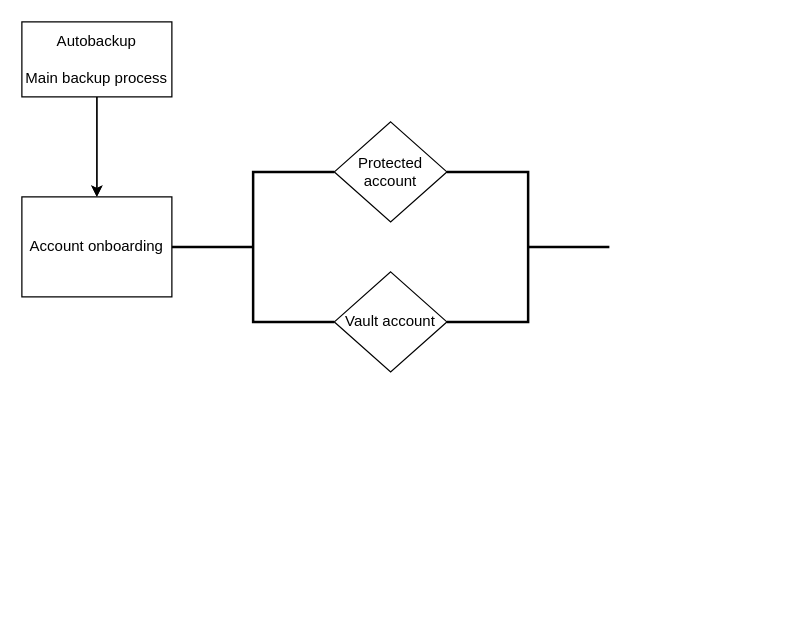
This is Untitled Diagram.drawio from amuRico/follow, a draw.io file, before an edit. Source tidied: cells renumbered, new cells numbered last; positions are measured from the earlier drawing's top-left corner, leaving out a move shared by most shapes. Both pictures are drawn from the tidied source at 125%, with x=0, y=0 at pixel (21, 21).
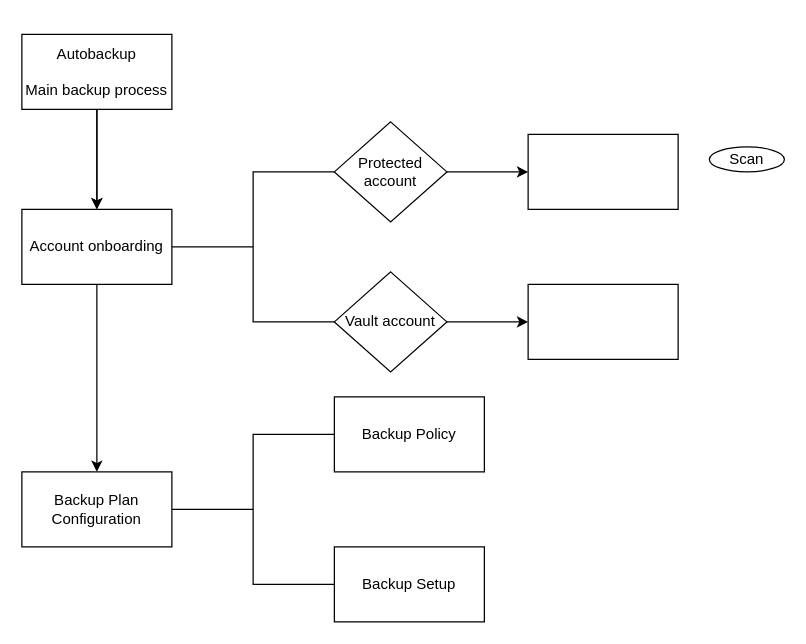
The same page after the edit.

What changed in the source:
```diff
@@
 <mxGraphModel>
   <root>
     <mxCell id="0" />
     <mxCell id="1" parent="0" />
     <mxCell id="2" style="edgeStyle=orthogonalEdgeStyle;rounded=0;jettySize=auto;html=1;" parent="1" edge="1" source="4">
       <mxGeometry relative="1" as="geometry">
-        <mxPoint x="60" y="140" as="targetPoint" />
+        <mxPoint x="60" y="150" as="targetPoint" />
       </mxGeometry>
     </mxCell>
     <mxCell id="3" style="edgeStyle=orthogonalEdgeStyle;rounded=0;jettySize=auto;html=1;fontFamily=Helvetica;fontSize=12;fontColor=default;" parent="1" edge="1" source="4" target="5">
       <mxGeometry relative="1" as="geometry" />
     </mxCell>
     <mxCell id="4" value="&lt;div&gt;Autobackup&lt;/div&gt;&lt;div&gt;&lt;br&gt;&lt;/div&gt;&lt;div&gt;Main backup process&lt;br&gt;&lt;/div&gt;" style="rounded=0;whiteSpace=wrap;html=1;" parent="1" vertex="1">
-      <mxGeometry width="120" height="60" as="geometry" />
+      <mxGeometry y="10" width="120" height="60" as="geometry" />
     </mxCell>
+    <mxCell id="10" style="edgeStyle=orthogonalEdgeStyle;rounded=0;jettySize=auto;html=1;fontFamily=Helvetica;fontSize=12;fontColor=default;" parent="1" edge="1" source="5" target="14">
+      <mxGeometry relative="1" as="geometry" />
+    </mxCell>
     <mxCell id="5" value="Account onboarding" style="whiteSpace=wrap;html=1;rounded=0;" parent="1" vertex="1">
-      <mxGeometry y="140" width="120" height="80" as="geometry" />
+      <mxGeometry y="150" width="120" height="60" as="geometry" />
     </mxCell>
+    <mxCell id="11" style="edgeStyle=orthogonalEdgeStyle;rounded=0;jettySize=auto;html=1;fontFamily=Helvetica;fontSize=12;fontColor=default;" parent="1" edge="1" source="6" target="18">
+      <mxGeometry relative="1" as="geometry" />
+    </mxCell>
     <mxCell id="6" value="Protected account" style="rhombus;whiteSpace=wrap;html=1;rounded=0;" parent="1" vertex="1">
       <mxGeometry x="250" y="80" width="90" height="80" as="geometry" />
     </mxCell>
+    <mxCell id="12" style="edgeStyle=orthogonalEdgeStyle;rounded=0;jettySize=auto;html=1;fontFamily=Helvetica;fontSize=12;fontColor=default;" parent="1" edge="1" source="7" target="19">
+      <mxGeometry relative="1" as="geometry" />
+    </mxCell>
     <mxCell id="7" value="Vault account" style="rhombus;whiteSpace=wrap;html=1;rounded=0;" parent="1" vertex="1">
       <mxGeometry x="250" y="200" width="90" height="80" as="geometry" />
     </mxCell>
-    <mxCell id="8" style="strokeWidth=2;html=1;shape=mxgraph.flowchart.annotation_2;align=left;labelPosition=right;rounded=0;fontFamily=Helvetica;fontSize=12;fontColor=default;fillColor=default;" parent="1" vertex="1">
+    <mxCell id="8" style="strokeWidth=1;html=1;shape=mxgraph.flowchart.annotation_2;align=left;labelPosition=right;rounded=0;fontFamily=Helvetica;fontSize=12;fontColor=default;fillColor=default;" parent="1" vertex="1">
       <mxGeometry x="120" y="120" width="130" height="120" as="geometry" />
     </mxCell>
-    <mxCell id="9" style="strokeWidth=2;html=1;shape=mxgraph.flowchart.annotation_2;align=left;labelPosition=right;rounded=0;fontFamily=Helvetica;fontSize=12;fontColor=default;fillColor=default;direction=west;" parent="1" vertex="1">
-      <mxGeometry x="340" y="120" width="130" height="120" as="geometry" />
-    </mxCell>
+    <mxCell id="13" value="Scan" style="ellipse;whiteSpace=wrap;html=1;rounded=0;fontFamily=Helvetica;fontSize=12;fontColor=default;strokeColor=default;fillColor=default;" parent="1" vertex="1">
+      <mxGeometry x="550" y="100" width="60" height="20" as="geometry" />
+    </mxCell>
+    <mxCell id="14" value="Backup Plan Configuration" style="whiteSpace=wrap;html=1;rounded=0;" parent="1" vertex="1">
+      <mxGeometry y="360" width="120" height="60" as="geometry" />
+    </mxCell>
+    <mxCell id="15" style="strokeWidth=1;html=1;shape=mxgraph.flowchart.annotation_2;align=left;labelPosition=right;rounded=0;fontFamily=Helvetica;fontSize=12;fontColor=default;fillColor=default;" parent="1" vertex="1">
+      <mxGeometry x="120" y="330" width="130" height="120" as="geometry" />
+    </mxCell>
+    <mxCell id="16" value="Backup Policy" style="rounded=0;whiteSpace=wrap;html=1;fontFamily=Helvetica;fontSize=12;fontColor=default;strokeColor=default;strokeWidth=1;fillColor=default;" parent="1" vertex="1">
+      <mxGeometry x="250" y="300" width="120" height="60" as="geometry" />
+    </mxCell>
+    <mxCell id="17" value="&lt;div&gt;Backup Setup&lt;/div&gt;" style="rounded=0;whiteSpace=wrap;html=1;fontFamily=Helvetica;fontSize=12;fontColor=default;strokeColor=default;strokeWidth=1;fillColor=default;" parent="1" vertex="1">
+      <mxGeometry x="250" y="420" width="120" height="60" as="geometry" />
+    </mxCell>
+    <mxCell id="18" style="whiteSpace=wrap;html=1;rounded=0;" parent="1" vertex="1">
+      <mxGeometry x="405" y="90" width="120" height="60" as="geometry" />
+    </mxCell>
+    <mxCell id="19" style="whiteSpace=wrap;html=1;rounded=0;" parent="1" vertex="1">
+      <mxGeometry x="405" y="210" width="120" height="60" as="geometry" />
+    </mxCell>
   </root>
 </mxGraphModel>
```
